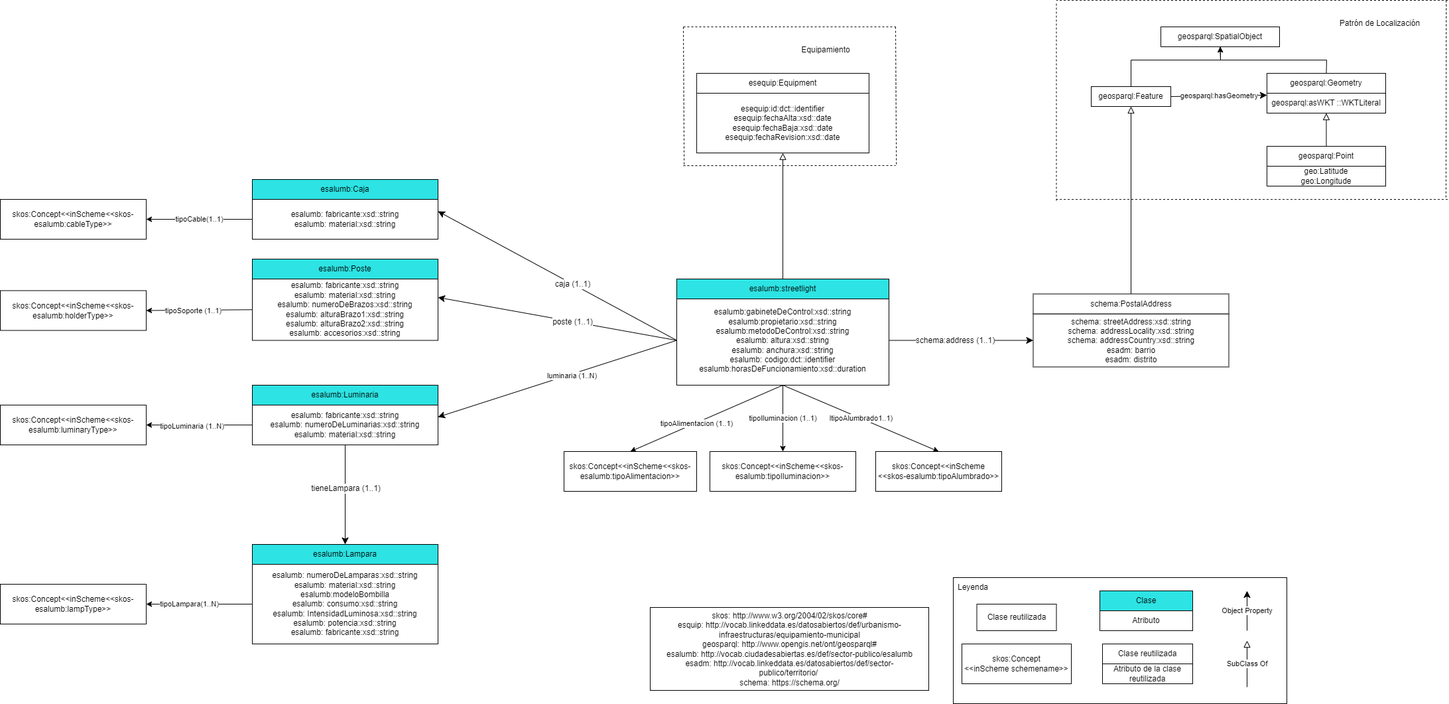
The draw.io diagram v1.0-rc/images/Es/Diagrama Alumbrado.png in opencitydata/urbanismo-infraestructuras-alumbrado-publico, before a commit. Source tidied: cells renumbered, new cells last; positions are measured from the earlier drawing's top-left corner, leaving out a move shared by most shapes.
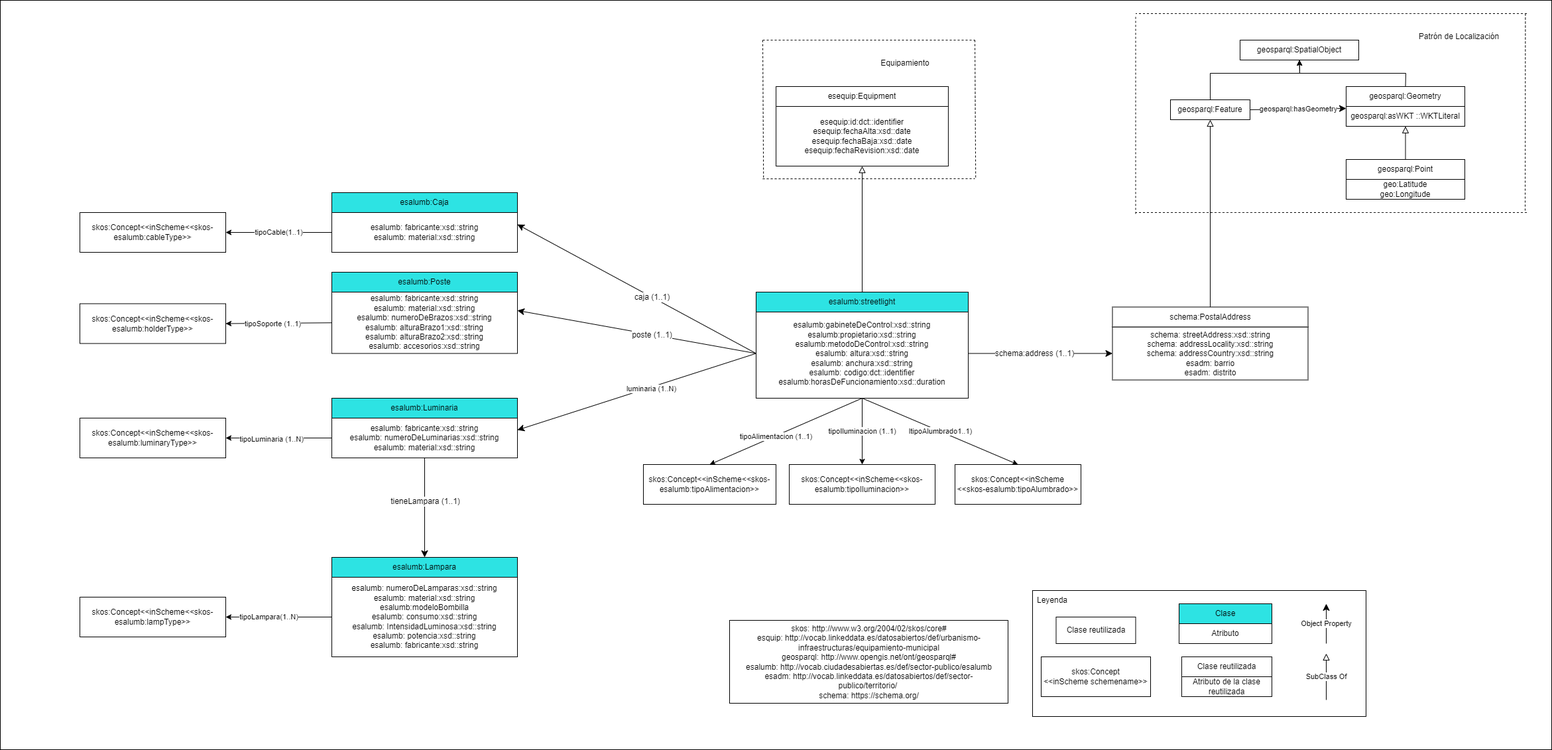
After the change.

Diff of the diagram source:
```diff
@@ -2,6 +2,9 @@
   <root>
     <mxCell id="0" />
     <mxCell id="1" parent="0" />
+    <mxCell id="80" style="rounded=0;whiteSpace=wrap;html=1;fillColor=#FFFFFF;" parent="1" vertex="1">
+      <mxGeometry x="-120" y="-20" width="2340" height="1130" as="geometry" />
+    </mxCell>
     <mxCell id="2" value="&lt;span&gt;esalumb:gabineteDeControl:xsd::string&lt;/span&gt;&lt;u&gt;&lt;br&gt;&lt;/u&gt;esalumb:propietario:xsd::string&lt;br&gt;esalumb:metodoDeControl:xsd::string&lt;br&gt;esalumb: altura:xsd::string&lt;br&gt;esalumb: anchura:xsd::string&lt;br&gt;esalumb: codigo:dct::identifier&lt;br&gt;esalumb:horasDeFuncionamiento:xsd::duration&lt;span&gt;&lt;br&gt;&lt;/span&gt;" style="rounded=0;whiteSpace=wrap;html=1;snapToPoint=1;points=[[0.1,0],[0.2,0],[0.3,0],[0.4,0],[0.5,0],[0.6,0],[0.7,0],[0.8,0],[0.9,0],[0,0.1],[0,0.3],[0,0.5],[0,0.7],[0,0.9],[0.1,1],[0.2,1],[0.3,1],[0.4,1],[0.5,1],[0.6,1],[0.7,1],[0.8,1],[0.9,1],[1,0.1],[1,0.3],[1,0.5],[1,0.7],[1,0.9]];" parent="1" vertex="1">
       <mxGeometry x="1020" y="445" width="320" height="135" as="geometry" />
     </mxCell>
```
